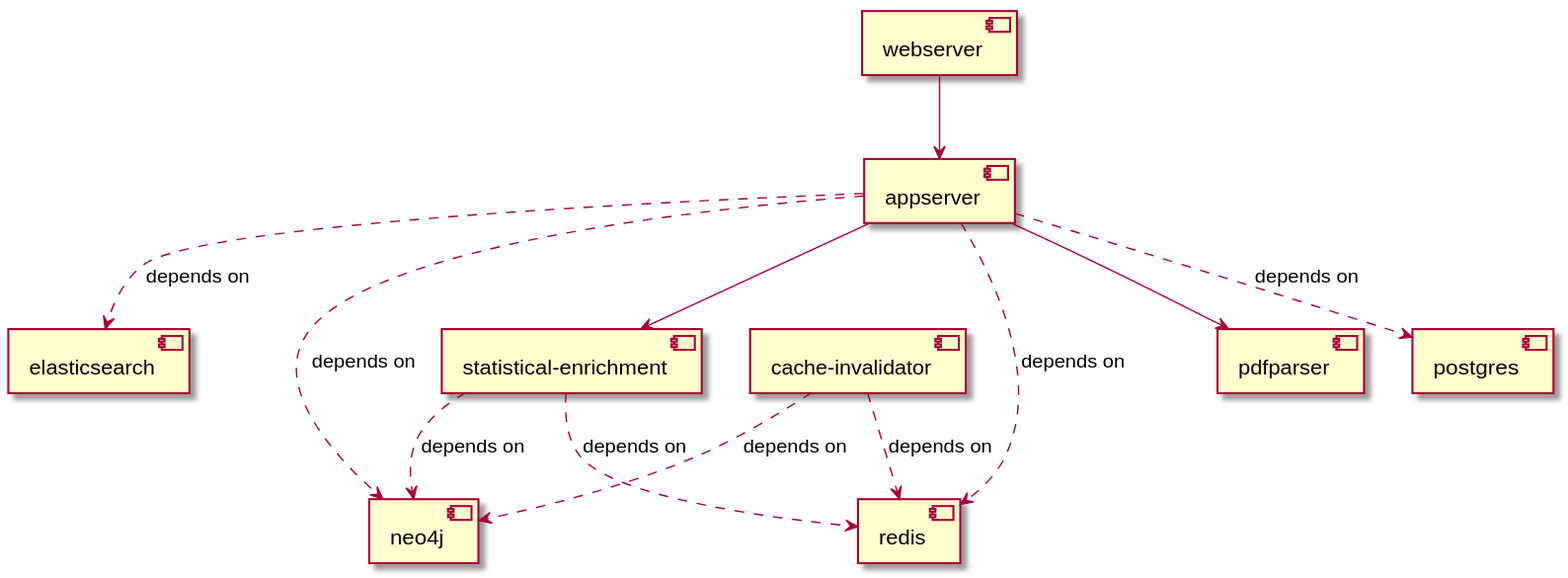
Earlier version of the PlantUML export docker/diagram.svg (SBRG/lifelike). Its diagram source:
```plantuml
@startuml
skinparam componentStyle uml2
[appserver]
[cache-invalidator]
[elasticsearch]
[neo4j]
[pdfparser]
[postgres]
[redis]
[statistical-enrichment]
[webserver]
[appserver] --> [pdfparser]
[appserver] --> [statistical-enrichment]
[webserver] --> [appserver]
[appserver] ..> [elasticsearch] : depends on
[appserver] ..> [neo4j] : depends on
[appserver] ..> [postgres] : depends on
[appserver] ..> [redis] : depends on
[cache-invalidator] ..> [neo4j] : depends on
[cache-invalidator] ..> [redis] : depends on
[statistical-enrichment] ..> [neo4j] : depends on
[statistical-enrichment] ..> [redis] : depends on

@enduml
```
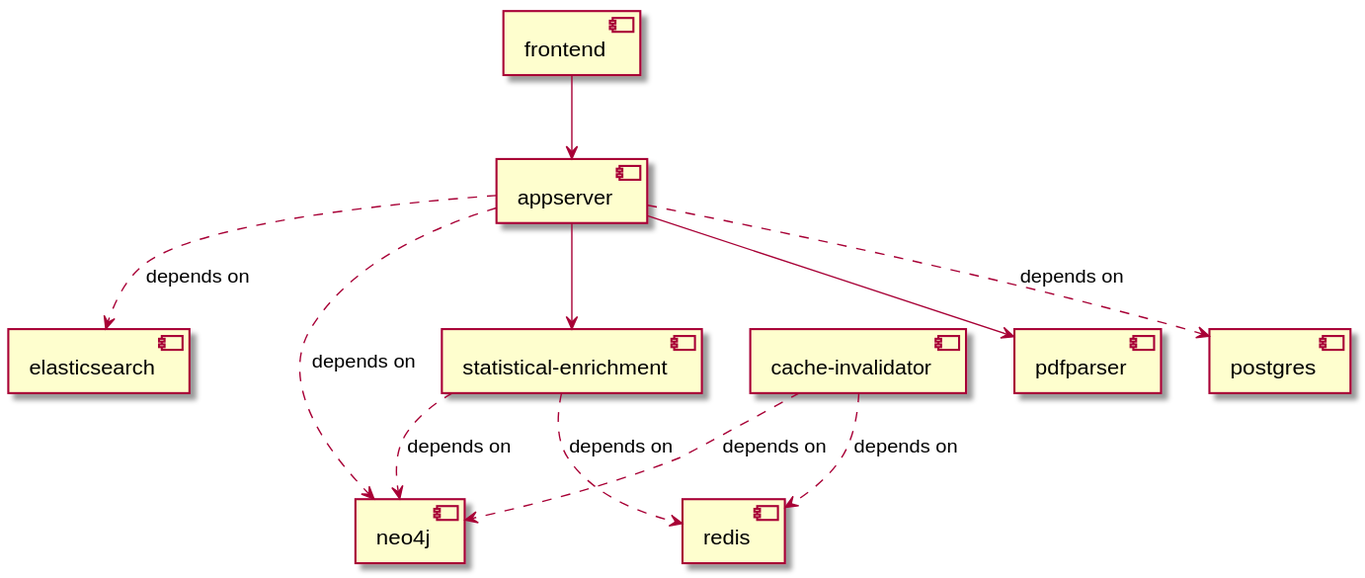
The same file after the commit.

The edit, as a diff of the source:
```diff
@@ -3,19 +3,18 @@
 [appserver]
 [cache-invalidator]
 [elasticsearch]
+[frontend]
 [neo4j]
 [pdfparser]
 [postgres]
 [redis]
 [statistical-enrichment]
-[webserver]
 [appserver] --> [pdfparser]
 [appserver] --> [statistical-enrichment]
-[webserver] --> [appserver]
+[frontend] --> [appserver]
 [appserver] ..> [elasticsearch] : depends on
 [appserver] ..> [neo4j] : depends on
 [appserver] ..> [postgres] : depends on
-[appserver] ..> [redis] : depends on
 [cache-invalidator] ..> [neo4j] : depends on
 [cache-invalidator] ..> [redis] : depends on
 [statistical-enrichment] ..> [neo4j] : depends on
```
